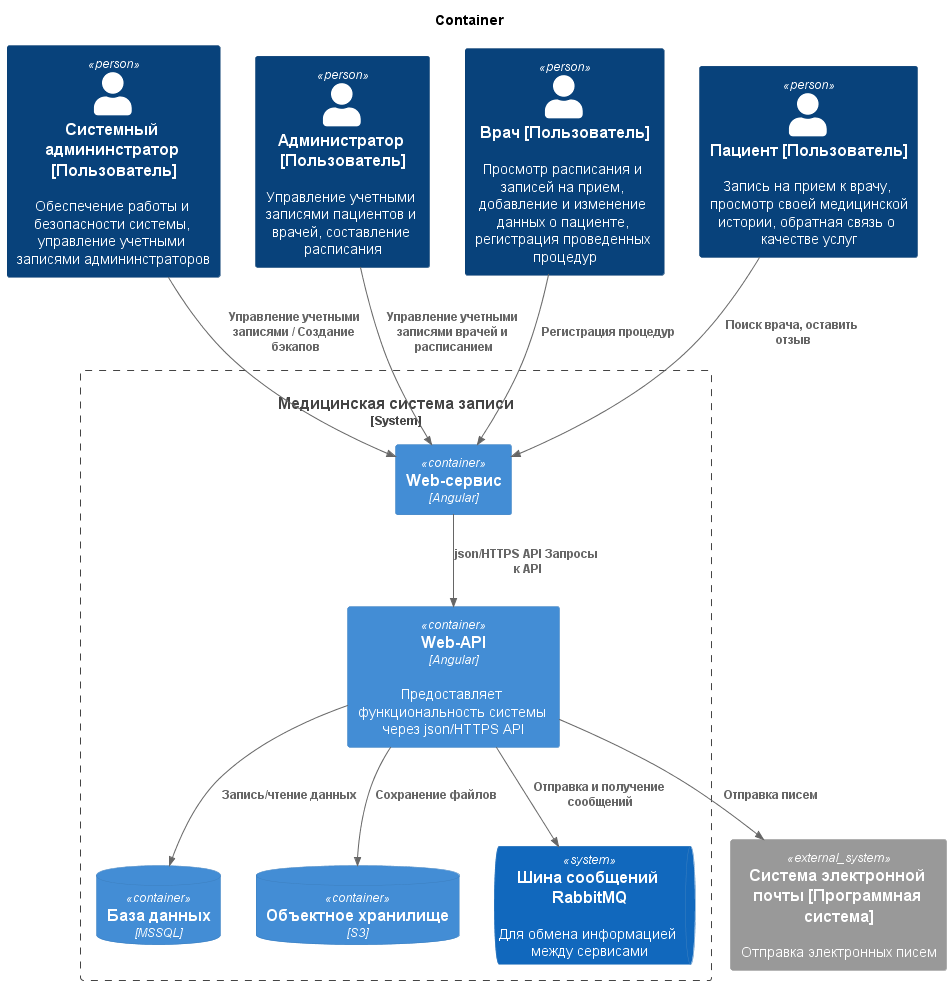
Before: с4Container.png, a diagram exported from PlantUML (Far4ich/PPO).
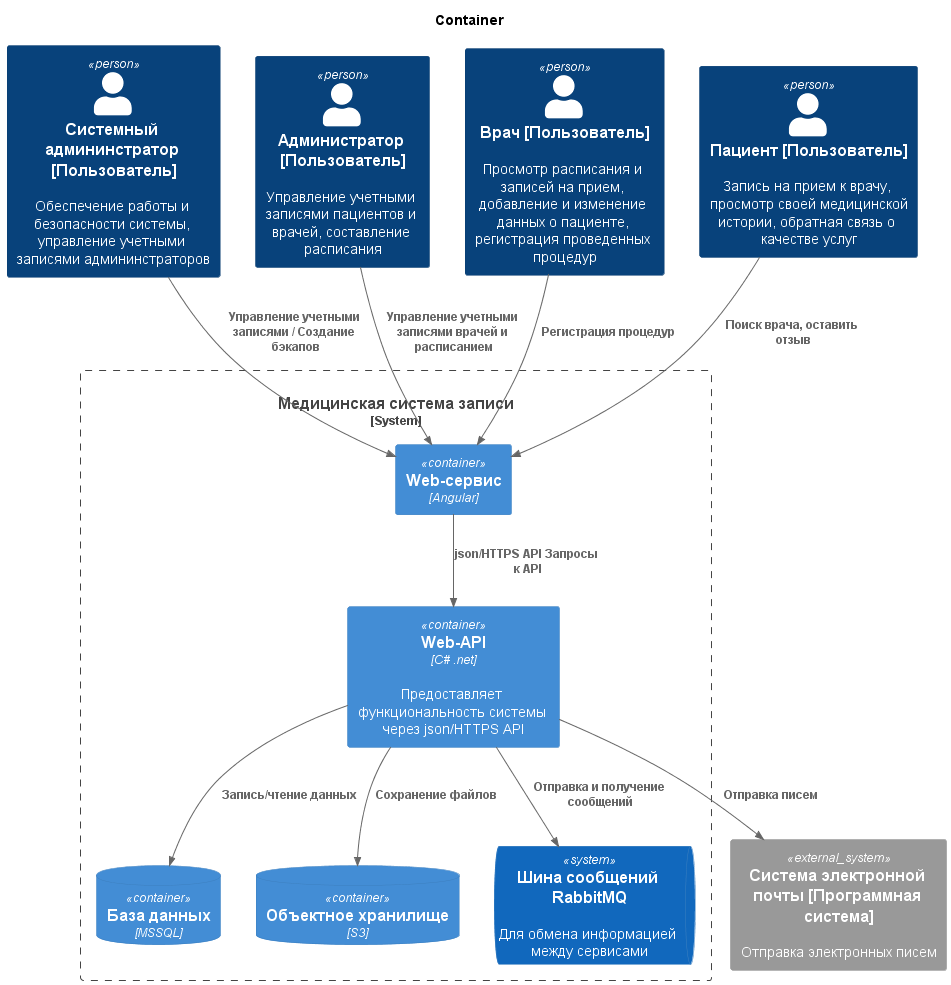
After the commit.

What changed in the source:
```diff
@@ -15,7 +15,7 @@
 
 Container(Web, "Web-сервис", "Angular")
 
-Container(WebApi, Web-API, Angular, "Предоставляет функциональность системы через json/HTTPS API")
+Container(WebApi, Web-API, С# .net, "Предоставляет функциональность системы через json/HTTPS API")
 
 ContainerDb(BD, "База данных", "MSSQL")
 
```
